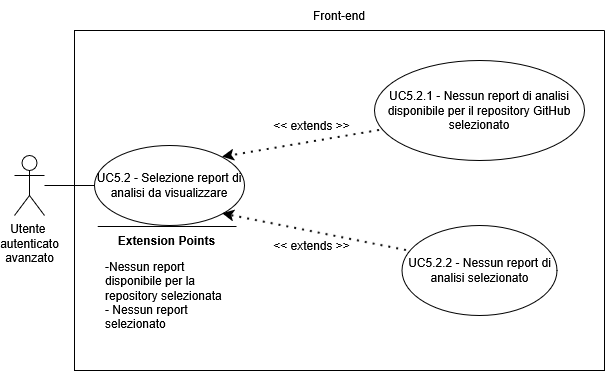
Above: assets/diagrams/UC5_2.png in SkarabGroup/DocumentazioneProgetto (draw.io), before the change. Source tidied: cells renumbered, new cells last; positions are measured from the earlier drawing's top-left corner, leaving out a move shared by most shapes.
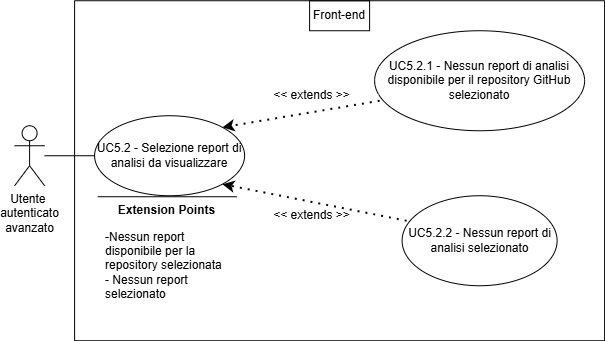
Above is the later version.

What changed in the source:
```diff
@@ -5,47 +5,47 @@
     <mxCell id="2" value="&lt;div&gt;Utente&amp;nbsp;&lt;/div&gt;&lt;div&gt;autenticato&lt;/div&gt;&lt;div&gt;avanzato&lt;/div&gt;" style="shape=umlActor;verticalLabelPosition=bottom;verticalAlign=top;html=1;outlineConnect=0;" parent="1" vertex="1">
       <mxGeometry y="155" width="30" height="60" as="geometry" />
     </mxCell>
-    <mxCell id="3" style="swimlane;startSize=0;" parent="1" vertex="1">
-      <mxGeometry x="60" y="30" width="530" height="340" as="geometry" />
-    </mxCell>
+    <mxCell id="16" style="swimlane;startSize=0;" parent="1" vertex="1">
+      <mxGeometry x="60" y="30" width="530" height="340" as="geometry" />
+    </mxCell>
-    <mxCell id="4" value="UC5.2 - Selezione report di analisi da visualizzare" style="ellipse;whiteSpace=wrap;html=1;" parent="3" vertex="1">
+    <mxCell id="4" value="UC5.2 - Selezione report di analisi da visualizzare" style="ellipse;whiteSpace=wrap;html=1;" parent="16" vertex="1">
       <mxGeometry x="20" y="115" width="150" height="80" as="geometry" />
     </mxCell>
-    <mxCell id="5" value="UC5.2.1 - Nessun report di analisi disponibile per il repository GitHub selezionato" style="ellipse;whiteSpace=wrap;html=1;" parent="3" vertex="1">
+    <mxCell id="5" value="UC5.2.1 - Nessun report di analisi disponibile per il repository GitHub selezionato" style="ellipse;whiteSpace=wrap;html=1;" parent="16" vertex="1">
       <mxGeometry x="300" y="30" width="210" height="100" as="geometry" />
     </mxCell>
-    <mxCell id="6" style="endArrow=classic;dashed=1;html=1;dashPattern=1 3;strokeWidth=2;rounded=0;entryX=1;entryY=0;entryDx=0;entryDy=0;exitX=0.024;exitY=0.7;exitDx=0;exitDy=0;strokeColor=default;curved=0;endFill=1;endSize=6;exitPerimeter=0;" parent="3" edge="1" source="5" target="4">
+    <mxCell id="6" style="endArrow=classic;dashed=1;html=1;dashPattern=1 3;strokeWidth=2;rounded=0;entryX=1;entryY=0;entryDx=0;entryDy=0;exitX=0.024;exitY=0.7;exitDx=0;exitDy=0;strokeColor=default;curved=0;endFill=1;endSize=6;exitPerimeter=0;" parent="16" edge="1" source="5" target="4">
       <mxGeometry relative="1" as="geometry" />
     </mxCell>
-    <mxCell id="7" value="&lt;div&gt;&amp;lt;&amp;lt; extends &amp;gt;&amp;gt;&lt;/div&gt;" style="text;html=1;whiteSpace=wrap;strokeColor=none;fillColor=none;align=center;verticalAlign=middle;rounded=0;" parent="3" vertex="1">
+    <mxCell id="7" value="&lt;div&gt;&amp;lt;&amp;lt; extends &amp;gt;&amp;gt;&lt;/div&gt;" style="text;html=1;whiteSpace=wrap;strokeColor=none;fillColor=none;align=center;verticalAlign=middle;rounded=0;" parent="16" vertex="1">
       <mxGeometry x="190" y="80" width="95" height="30" as="geometry" />
     </mxCell>
-    <mxCell id="8" value="UC5.2.2 - Nessun report di analisi selezionato" style="ellipse;whiteSpace=wrap;html=1;" parent="3" vertex="1">
+    <mxCell id="8" value="UC5.2.2 - Nessun report di analisi selezionato" style="ellipse;whiteSpace=wrap;html=1;" parent="16" vertex="1">
       <mxGeometry x="327.5" y="195" width="155" height="90" as="geometry" />
     </mxCell>
-    <mxCell id="9" style="endArrow=classic;dashed=1;html=1;dashPattern=1 3;strokeWidth=2;rounded=0;entryX=1;entryY=1;entryDx=0;entryDy=0;exitX=0.029;exitY=0.278;exitDx=0;exitDy=0;strokeColor=default;curved=0;endFill=1;endSize=6;exitPerimeter=0;" parent="3" edge="1" source="8" target="4">
+    <mxCell id="9" style="endArrow=classic;dashed=1;html=1;dashPattern=1 3;strokeWidth=2;rounded=0;entryX=1;entryY=1;entryDx=0;entryDy=0;exitX=0.029;exitY=0.278;exitDx=0;exitDy=0;strokeColor=default;curved=0;endFill=1;endSize=6;exitPerimeter=0;" parent="16" edge="1" source="8" target="4">
       <mxGeometry relative="1" as="geometry" />
     </mxCell>
-    <mxCell id="10" value="&amp;lt;&amp;lt; extends &amp;gt;&amp;gt;" style="text;html=1;whiteSpace=wrap;strokeColor=none;fillColor=none;align=center;verticalAlign=middle;rounded=0;" parent="3" vertex="1">
+    <mxCell id="10" value="&amp;lt;&amp;lt; extends &amp;gt;&amp;gt;" style="text;html=1;whiteSpace=wrap;strokeColor=none;fillColor=none;align=center;verticalAlign=middle;rounded=0;" parent="16" vertex="1">
       <mxGeometry x="190" y="200" width="95" height="30" as="geometry" />
     </mxCell>
-    <mxCell id="11" style="endArrow=none;html=1;rounded=0;" parent="3" edge="1">
-      <mxGeometry relative="1" as="geometry">
-        <mxPoint x="162" y="196" as="sourcePoint" />
-        <mxPoint x="23.2" y="196" as="targetPoint" />
-      </mxGeometry>
-    </mxCell>
+    <mxCell id="17" style="endArrow=none;html=1;rounded=0;" parent="16" edge="1">
+      <mxGeometry relative="1" as="geometry">
+        <mxPoint x="162" y="196" as="sourcePoint" />
+        <mxPoint x="23.2" y="196" as="targetPoint" />
+      </mxGeometry>
+    </mxCell>
-    <mxCell id="12" value="&lt;b&gt;Extension Points&lt;/b&gt;" style="text;html=1;whiteSpace=wrap;strokeColor=none;fillColor=none;align=center;verticalAlign=middle;rounded=0;strokeWidth=5;" parent="3" vertex="1">
+    <mxCell id="12" value="&lt;b&gt;Extension Points&lt;/b&gt;" style="text;html=1;whiteSpace=wrap;strokeColor=none;fillColor=none;align=center;verticalAlign=middle;rounded=0;strokeWidth=5;" parent="16" vertex="1">
       <mxGeometry x="35" y="195" width="115" height="30" as="geometry" />
     </mxCell>
-    <mxCell id="13" value="&lt;div align=&quot;left&quot;&gt;-Nessun report&amp;nbsp;&lt;/div&gt;&lt;div align=&quot;left&quot;&gt;disponibile per la&amp;nbsp;&lt;/div&gt;&lt;div align=&quot;left&quot;&gt;repository selezionata&lt;/div&gt;&lt;div align=&quot;left&quot;&gt;- Nessun report&amp;nbsp;&lt;/div&gt;&lt;div align=&quot;left&quot;&gt;selezionato&lt;/div&gt;" style="text;html=1;whiteSpace=wrap;strokeColor=none;fillColor=none;align=left;verticalAlign=middle;rounded=0;" parent="3" vertex="1">
+    <mxCell id="13" value="&lt;div align=&quot;left&quot;&gt;-Nessun report&amp;nbsp;&lt;/div&gt;&lt;div align=&quot;left&quot;&gt;disponibile per la&amp;nbsp;&lt;/div&gt;&lt;div align=&quot;left&quot;&gt;repository selezionata&lt;/div&gt;&lt;div align=&quot;left&quot;&gt;- Nessun report&amp;nbsp;&lt;/div&gt;&lt;div align=&quot;left&quot;&gt;selezionato&lt;/div&gt;" style="text;html=1;whiteSpace=wrap;strokeColor=none;fillColor=none;align=left;verticalAlign=middle;rounded=0;" parent="16" vertex="1">
       <mxGeometry x="29" y="210" width="141" height="110" as="geometry" />
     </mxCell>
+    <mxCell id="15" value="Front-end" style="text;html=1;whiteSpace=wrap;strokeColor=default;fillColor=none;align=center;verticalAlign=middle;rounded=0;perimeterSpacing=1;" parent="16" vertex="1">
+      <mxGeometry x="235" width="60" height="30" as="geometry" />
+    </mxCell>
     <mxCell id="14" style="endArrow=none;html=1;rounded=0;entryX=0;entryY=0.5;entryDx=0;entryDy=0;" parent="1" edge="1" source="2" target="4">
       <mxGeometry relative="1" as="geometry" />
     </mxCell>
-    <mxCell id="15" value="Front-end" style="text;html=1;whiteSpace=wrap;strokeColor=none;fillColor=none;align=center;verticalAlign=middle;rounded=0;" parent="1" vertex="1">
-      <mxGeometry x="295" width="60" height="30" as="geometry" />
-    </mxCell>
   </root>
 </mxGraphModel>
```
